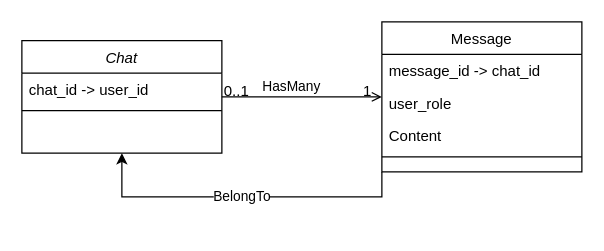
The draw.io diagram Student_door.drawio in Generallisimo/worl_for_student_site, before the edit. Source tidied: cells renumbered, new cells numbered last; positions are measured from the earlier drawing's top-left corner, leaving out a move shared by most shapes. Both pictures are drawn from the tidied source at 125%, with x=0, y=0 at pixel (21, 21).
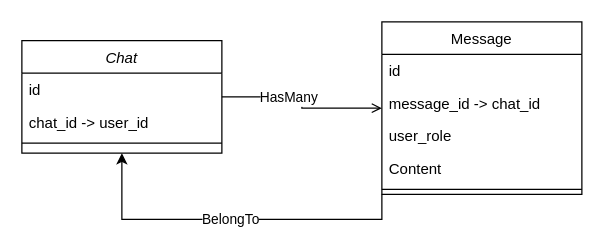
The same page after the edit.

The edit, as a diff of the source:
```diff
@@
 <mxGraphModel>
   <root>
     <mxCell id="0" />
     <mxCell id="1" parent="0" />
     <mxCell id="2" value="Chat" style="swimlane;fontStyle=2;align=center;verticalAlign=top;horizontal=1;startSize=26;rounded=0;shadow=0;strokeWidth=1;" parent="1" vertex="1">
       <mxGeometry y="15" width="160" height="90" as="geometry" />
     </mxCell>
-    <mxCell id="3" value="chat_id -&gt; user_id" style="text;align=left;verticalAlign=top;spacingLeft=4;spacingRight=4;overflow=hidden;" parent="2" vertex="1">
+    <mxCell id="3" value="id" style="text;align=left;verticalAlign=top;spacingLeft=4;spacingRight=4;overflow=hidden;" parent="2" vertex="1">
       <mxGeometry y="26" width="160" height="26" as="geometry" />
     </mxCell>
+    <mxCell id="14" value="chat_id -&gt; user_id" style="text;align=left;verticalAlign=top;spacingLeft=4;spacingRight=4;overflow=hidden;" parent="2" vertex="1">
+      <mxGeometry y="52" width="160" height="26" as="geometry" />
+    </mxCell>
     <mxCell id="4" style="line;html=1;strokeWidth=1;align=left;verticalAlign=middle;spacingTop=-1;spacingLeft=3;spacingRight=3;labelPosition=right;" parent="2" vertex="1">
-      <mxGeometry y="52" width="160" height="8" as="geometry" />
+      <mxGeometry y="78" width="160" height="8" as="geometry" />
     </mxCell>
     <mxCell id="5" value="BelongTo" style="edgeStyle=orthogonalEdgeStyle;rounded=0;jettySize=auto;html=1;exitX=0;exitY=1;exitDx=0;exitDy=0;entryX=0.5;entryY=1;entryDx=0;entryDy=0;" parent="1" edge="1" source="6" target="2">
       <mxGeometry relative="1" as="geometry" />
     </mxCell>
     <mxCell id="6" value="Message" style="swimlane;fontStyle=0;align=center;verticalAlign=top;horizontal=1;startSize=26;rounded=0;shadow=0;strokeWidth=1;" parent="1" vertex="1">
-      <mxGeometry x="288" width="160" height="120" as="geometry" />
+      <mxGeometry x="288" width="160" height="138" as="geometry" />
     </mxCell>
-    <mxCell id="7" value="message_id -&gt; chat_id" style="text;align=left;verticalAlign=top;spacingLeft=4;spacingRight=4;overflow=hidden;" parent="6" vertex="1">
+    <mxCell id="7" value="id" style="text;align=left;verticalAlign=top;spacingLeft=4;spacingRight=4;overflow=hidden;" parent="6" vertex="1">
       <mxGeometry y="26" width="160" height="26" as="geometry" />
     </mxCell>
+    <mxCell id="15" value="message_id -&gt; chat_id" style="text;align=left;verticalAlign=top;spacingLeft=4;spacingRight=4;overflow=hidden;" parent="6" vertex="1">
+      <mxGeometry y="52" width="160" height="26" as="geometry" />
+    </mxCell>
     <mxCell id="8" value="user_role" style="text;align=left;verticalAlign=top;spacingLeft=4;spacingRight=4;overflow=hidden;rounded=0;shadow=0;html=0;" parent="6" vertex="1">
-      <mxGeometry y="52" width="160" height="26" as="geometry" />
+      <mxGeometry y="78" width="160" height="26" as="geometry" />
     </mxCell>
     <mxCell id="9" value="Content" style="text;align=left;verticalAlign=top;spacingLeft=4;spacingRight=4;overflow=hidden;rounded=0;shadow=0;html=0;" parent="6" vertex="1">
-      <mxGeometry y="78" width="160" height="26" as="geometry" />
+      <mxGeometry y="104" width="160" height="26" as="geometry" />
     </mxCell>
     <mxCell id="10" style="line;html=1;strokeWidth=1;align=left;verticalAlign=middle;spacingTop=-1;spacingLeft=3;spacingRight=3;labelPosition=right;" parent="6" vertex="1">
-      <mxGeometry y="104" width="160" height="8" as="geometry" />
+      <mxGeometry y="130" width="160" height="8" as="geometry" />
     </mxCell>
     <mxCell id="11" value="HasMany" style="endArrow=open;shadow=0;strokeWidth=1;rounded=0;endFill=1;edgeStyle=elbowEdgeStyle;elbow=horizontal;" parent="1" edge="1" source="2" target="6">
       <mxGeometry x="0.5" y="41" relative="1" as="geometry">
         <mxPoint x="-40" y="32" as="offset" />
       </mxGeometry>
     </mxCell>
-    <mxCell id="12" value="0..1" style="align=left;verticalAlign=bottom;labelBackgroundColor=none;fontSize=12;" parent="11" vertex="1">
+    <mxCell id="12" style="align=left;verticalAlign=bottom;labelBackgroundColor=none;fontSize=12;" parent="11" vertex="1">
       <mxGeometry x="-1" relative="1" as="geometry">
         <mxPoint y="4" as="offset" />
       </mxGeometry>
     </mxCell>
-    <mxCell id="13" value="1" style="align=right;verticalAlign=bottom;labelBackgroundColor=none;fontSize=12;" parent="11" vertex="1">
+    <mxCell id="13" style="align=right;verticalAlign=bottom;labelBackgroundColor=none;fontSize=12;" parent="11" vertex="1">
       <mxGeometry x="1" relative="1" as="geometry">
         <mxPoint x="-7" y="4" as="offset" />
       </mxGeometry>
     </mxCell>
   </root>
 </mxGraphModel>
```
